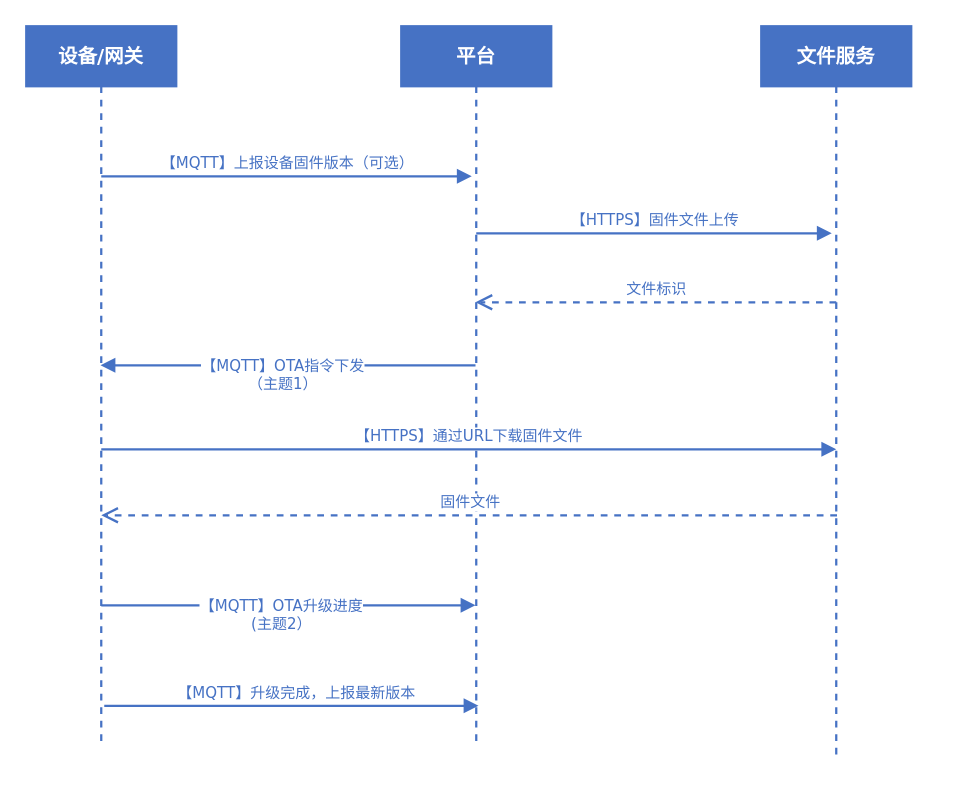
Before: root/mqtt-protocol/直连设备自注册.drawio in yzzh9/yzzh9, a draw.io diagram. Source tidied: cells renumbered, new cells numbered last; positions are measured from the earlier drawing's top-left corner, leaving out a move shared by most shapes. Both pictures are drawn from the tidied source at 150%, with x=0, y=0 at pixel (26, 26).
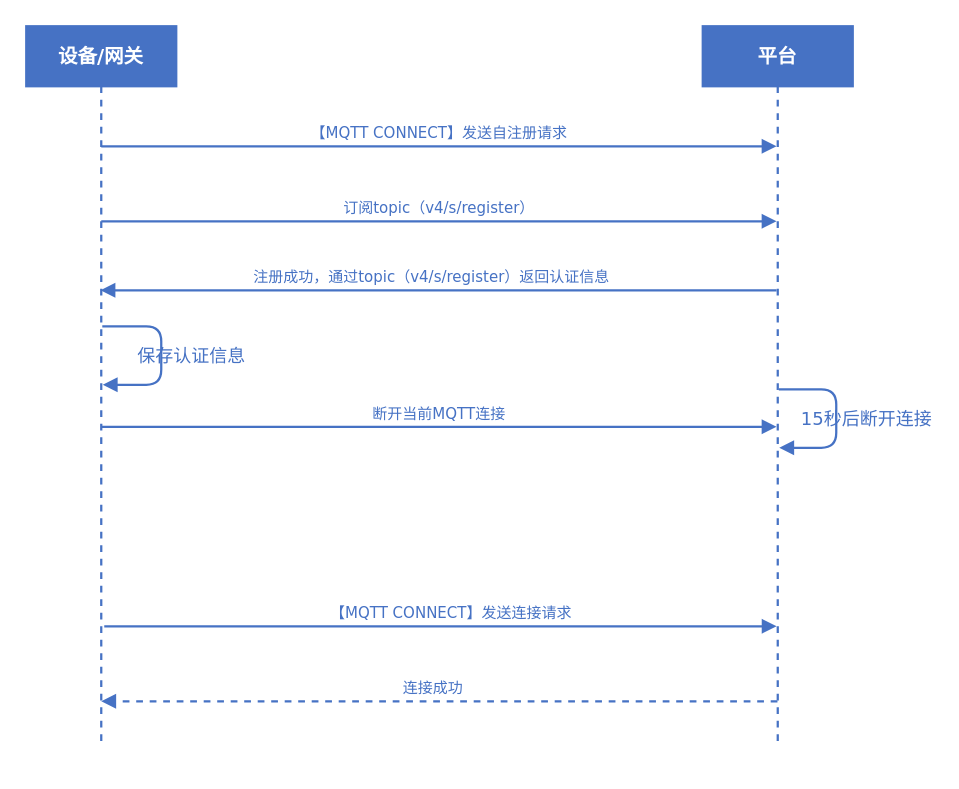
The same diagram, later.

Commit message:
Update 直连设备自注册.drawio

Unchanged cells that the change refers to:
```xml
<mxCell id="4" value="设备/网关" style="shape=umlLifeline;perimeter=lifelinePerimeter;whiteSpace=wrap;html=1;shadow=0;comic=0;labelBackgroundColor=none;strokeWidth=1.5;fontFamily=Verdana;fontSize=13;align=center;fontColor=#ffffff;fontStyle=1;fillColor=#4672C4;sketch=0;rounded=0;glass=0;strokeColor=#4672C4;" parent="1" vertex="1">
  <mxGeometry width="100" height="480" as="geometry" />
</mxCell>
```

What changed in the source:
```diff
@@
     <mxCell id="2" value="平台" style="shape=umlLifeline;perimeter=lifelinePerimeter;whiteSpace=wrap;html=1;outlineConnect=0;shadow=0;comic=0;labelBackgroundColor=none;strokeWidth=1.5;fontFamily=Verdana;fontSize=13;align=center;fontColor=#ffffff;fontStyle=1;fillColor=#4672C4;sketch=0;rounded=0;glass=0;strokeColor=#4672C4;" parent="1" vertex="1">
-      <mxGeometry x="250" width="100" height="480" as="geometry" />
+      <mxGeometry x="451" width="100" height="480" as="geometry" />
     </mxCell>
-    <mxCell id="3" value="文件服务" style="shape=umlLifeline;perimeter=lifelinePerimeter;whiteSpace=wrap;html=1;shadow=0;comic=0;labelBackgroundColor=none;strokeWidth=1.5;fontFamily=Verdana;fontSize=13;align=center;fontColor=#ffffff;fontStyle=1;fillColor=#4672C4;sketch=0;rounded=0;glass=0;strokeColor=#4672C4;" parent="1" vertex="1">
-      <mxGeometry x="490" width="100" height="490" as="geometry" />
-    </mxCell>
@@
-    <mxCell id="5" value="【MQTT】OTA升级进度&lt;br style=&quot;font-size: 10px;&quot;&gt;(主题2）" style="html=1;verticalAlign=bottom;endArrow=block;fontFamily=Verdana;fontSize=10;strokeWidth=1.5;fontColor=#4672C4;strokeColor=#4672C4;" parent="4" edge="1">
-      <mxGeometry x="-0.04" y="-21" relative="1" as="geometry">
-        <mxPoint x="50" y="386" as="sourcePoint" />
-        <mxPoint x="299.5" y="386" as="targetPoint" />
-      </mxGeometry>
-    </mxCell>
-    <mxCell id="6" value="【MQTT】上报设备固件版本（可选）" style="html=1;verticalAlign=bottom;endArrow=block;entryX=0;entryY=0;labelBackgroundColor=none;fontFamily=Verdana;fontSize=10;edgeStyle=elbowEdgeStyle;elbow=vertical;fillColor=#0050ef;strokeWidth=1.5;fontColor=#4672C4;strokeColor=#4672C4;" parent="1" edge="1">
+    <mxCell id="6" value="【MQTT CONNECT】发送自注册请求" style="html=1;verticalAlign=bottom;endArrow=block;labelBackgroundColor=none;fontFamily=Verdana;fontSize=10;edgeStyle=elbowEdgeStyle;elbow=vertical;fillColor=#0050ef;strokeWidth=1.5;fontColor=#4672C4;strokeColor=#4672C4;" parent="1" edge="1">
       <mxGeometry relative="1" as="geometry">
-        <mxPoint x="50" y="100" as="sourcePoint" />
-        <mxPoint x="297" y="100" as="targetPoint" />
+        <mxPoint x="50" y="80" as="sourcePoint" />
+        <mxPoint x="500.2" y="80" as="targetPoint" />
       </mxGeometry>
     </mxCell>
-    <mxCell id="7" value="【HTTPS】固件文件上传" style="html=1;verticalAlign=bottom;endArrow=block;entryX=0;entryY=0;labelBackgroundColor=none;fontFamily=Verdana;fontSize=10;edgeStyle=elbowEdgeStyle;elbow=vertical;fillColor=#0050ef;strokeWidth=1.5;fontColor=#4672C4;strokeColor=#4672C4;" parent="1" edge="1">
-      <mxGeometry relative="1" as="geometry">
-        <mxPoint x="300" y="138" as="sourcePoint" />
-        <mxPoint x="537" y="138" as="targetPoint" />
-      </mxGeometry>
-    </mxCell>
-    <mxCell id="8" value="文件标识" style="html=1;verticalAlign=bottom;endArrow=open;dashed=1;endSize=8;fontFamily=Verdana;fontSize=10;strokeWidth=1.5;fontColor=#4672C4;strokeColor=#4672C4;" parent="1" edge="1">
-      <mxGeometry relative="1" as="geometry">
-        <mxPoint x="540" y="184" as="sourcePoint" />
-        <mxPoint x="299.5" y="184" as="targetPoint" />
-      </mxGeometry>
-    </mxCell>
-    <mxCell id="9" value="【MQTT】OTA指令下发&lt;br style=&quot;font-size: 10px;&quot;&gt;（主题1）" style="html=1;verticalAlign=bottom;endArrow=block;fontFamily=Verdana;fontSize=10;strokeWidth=1.5;fontColor=#4672C4;strokeColor=#4672C4;" parent="1" edge="1">
-      <mxGeometry x="0.04" y="21" relative="1" as="geometry">
-        <mxPoint x="299.5" y="226" as="sourcePoint" />
-        <mxPoint x="49.5" y="226" as="targetPoint" />
+    <mxCell id="9" value="&lt;font style=&quot;font-size: 10px&quot;&gt;注册成功，通过topic（&lt;span style=&quot;text-align: left ; font-size: 10px&quot;&gt;v4/s/register&lt;/span&gt;）返回认证信息&lt;/font&gt;" style="html=1;verticalAlign=bottom;endArrow=block;fontFamily=Verdana;fontSize=10;strokeWidth=1.5;fontColor=#4672C4;strokeColor=#4672C4;" parent="1" edge="1">
+      <mxGeometry x="0.02" relative="1" as="geometry">
+        <mxPoint x="500.2" y="176" as="sourcePoint" />
+        <mxPoint x="49.5" y="176" as="targetPoint" />
         <Array as="points">
-          <mxPoint x="170" y="226" />
+          <mxPoint x="170" y="176" />
         </Array>
-        <mxPoint x="1" as="offset" />
       </mxGeometry>
     </mxCell>
-    <mxCell id="10" value="【MQTT】升级完成，上报最新版本" style="html=1;verticalAlign=bottom;endArrow=block;fontFamily=Verdana;fontSize=10;strokeWidth=1.5;fontColor=#4672C4;strokeColor=#4672C4;" parent="1" edge="1">
+    <mxCell id="10" value="【MQTT CONNECT】发送连接请求" style="html=1;verticalAlign=bottom;endArrow=block;fontFamily=Verdana;fontSize=10;strokeWidth=1.5;fontColor=#4672C4;strokeColor=#4672C4;" parent="1" edge="1" target="2">
       <mxGeometry x="0.03" relative="1" as="geometry">
-        <mxPoint x="52" y="453" as="sourcePoint" />
-        <mxPoint x="301.5" y="453" as="targetPoint" />
+        <mxPoint x="52" y="400" as="sourcePoint" />
       </mxGeometry>
     </mxCell>
-    <mxCell id="11" value="【HTTPS】通过URL下载固件文件" style="html=1;verticalAlign=bottom;endArrow=block;fontFamily=Verdana;fontSize=10;strokeWidth=1.5;fontColor=#4672C4;strokeColor=#4672C4;" parent="1" edge="1">
+    <mxCell id="11" value="断开当前MQTT连接" style="html=1;verticalAlign=bottom;endArrow=block;fontFamily=Verdana;fontSize=10;strokeWidth=1.5;fontColor=#4672C4;strokeColor=#4672C4;" parent="1" edge="1">
       <mxGeometry relative="1" as="geometry">
-        <mxPoint x="50" y="282" as="sourcePoint" />
-        <mxPoint x="540" y="282" as="targetPoint" />
+        <mxPoint x="50" y="267" as="sourcePoint" />
+        <mxPoint x="500.2" y="267" as="targetPoint" />
       </mxGeometry>
     </mxCell>
-    <mxCell id="12" value="固件文件" style="html=1;verticalAlign=bottom;endArrow=open;dashed=1;endSize=8;fontFamily=Verdana;fontSize=10;strokeWidth=1.5;fontColor=#4672C4;strokeColor=#4672C4;" parent="1" edge="1">
-      <mxGeometry relative="1" as="geometry">
-        <mxPoint x="540.5" y="326" as="sourcePoint" />
-        <mxPoint x="50" y="326" as="targetPoint" />
-      </mxGeometry>
-    </mxCell>
+    <mxCell id="13" value="订阅topic（v4/s/register）" style="html=1;verticalAlign=bottom;endArrow=block;labelBackgroundColor=none;fontFamily=Verdana;fontSize=10;edgeStyle=elbowEdgeStyle;elbow=vertical;fillColor=#0050ef;strokeWidth=1.5;fontColor=#4672C4;strokeColor=#4672C4;" parent="1" edge="1">
+      <mxGeometry relative="1" as="geometry">
+        <mxPoint x="50" y="130" as="sourcePoint" />
+        <mxPoint x="500.2" y="130" as="targetPoint" />
+      </mxGeometry>
+    </mxCell>
+    <mxCell id="14" value="保存认证信息" style="html=1;verticalAlign=bottom;endArrow=block;labelBackgroundColor=none;fontFamily=Verdana;fontSize=12;elbow=vertical;edgeStyle=orthogonalEdgeStyle;exitX=1.066;exitY=0.713;exitPerimeter=0;sketch=0;shadow=0;rounded=1;strokeColor=#4672C4;fontColor=#4672C4;strokeWidth=1.5;" parent="1" edge="1">
+      <mxGeometry x="0.16" y="20" relative="1" as="geometry">
+        <mxPoint x="50.7" y="200" as="sourcePoint" />
+        <mxPoint x="51" y="239" as="targetPoint" />
+        <Array as="points">
+          <mxPoint x="90" y="200" />
+          <mxPoint x="90" y="239" />
+        </Array>
+      </mxGeometry>
+    </mxCell>
+    <mxCell id="15" value="15秒后断开连接" style="html=1;verticalAlign=bottom;endArrow=block;labelBackgroundColor=none;fontFamily=Verdana;fontSize=12;elbow=vertical;edgeStyle=orthogonalEdgeStyle;exitX=1.066;exitY=0.713;exitPerimeter=0;sketch=0;shadow=0;rounded=1;strokeColor=#4672C4;fontColor=#4672C4;strokeWidth=1.5;" parent="1" edge="1">
+      <mxGeometry x="0.16" y="20" relative="1" as="geometry">
+        <mxPoint x="501.7" y="242" as="sourcePoint" />
+        <mxPoint x="502" y="281" as="targetPoint" />
+        <Array as="points">
+          <mxPoint x="540" y="242" />
+          <mxPoint x="540" y="281" />
+        </Array>
+      </mxGeometry>
+    </mxCell>
+    <mxCell id="16" value="连接成功" style="html=1;verticalAlign=bottom;endArrow=block;fontFamily=Verdana;fontSize=10;strokeWidth=1.5;fontColor=#4672C4;strokeColor=#4672C4;dashed=1;" parent="1" edge="1">
+      <mxGeometry x="0.02" relative="1" as="geometry">
+        <mxPoint x="500.8" y="450" as="sourcePoint" />
+        <mxPoint x="50" y="450" as="targetPoint" />
+        <Array as="points">
+          <mxPoint x="170.5" y="450" />
+        </Array>
+      </mxGeometry>
+    </mxCell>
```
